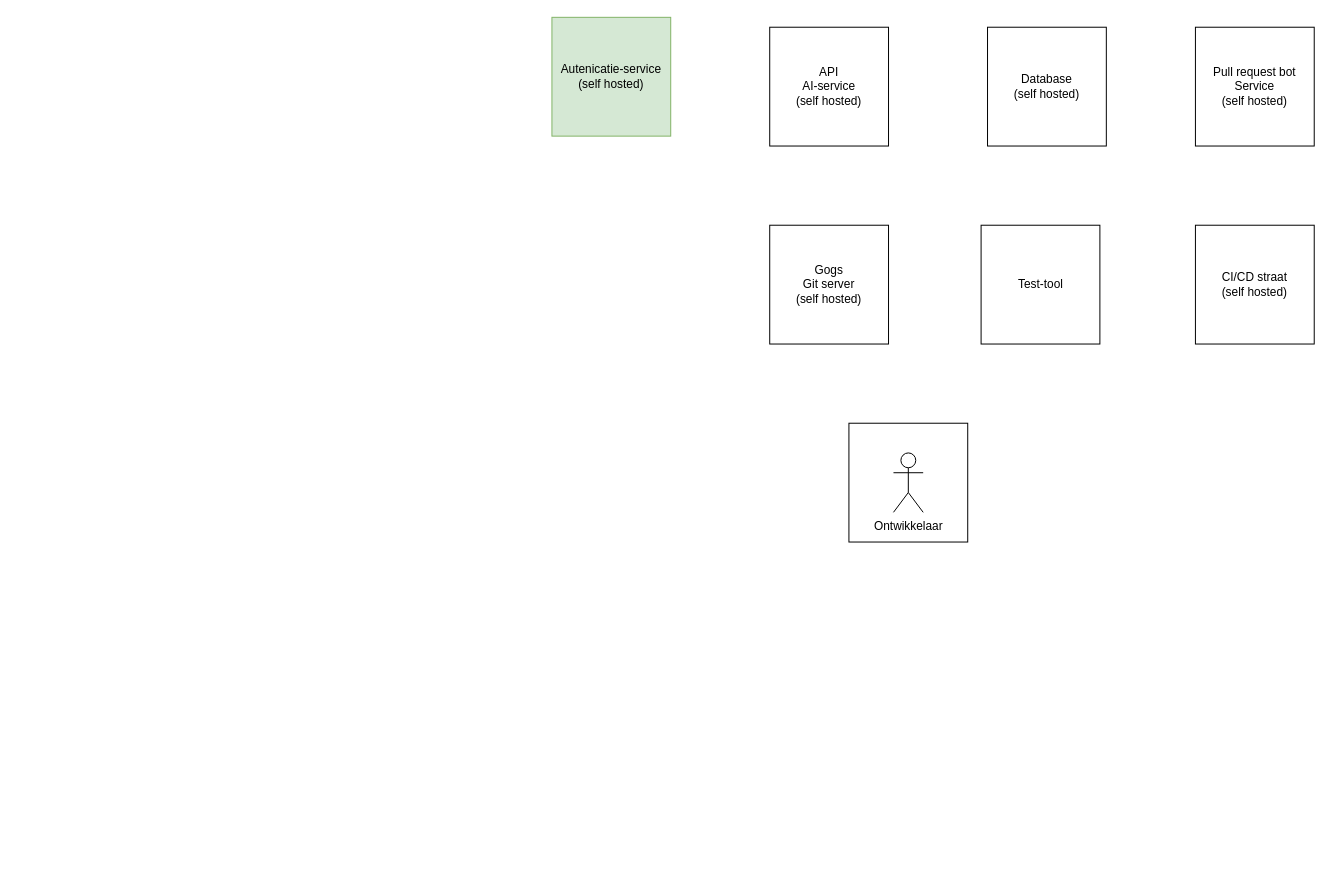
The draw.io diagram page "Pull request bot" (3 of 8) of cli app.drawio in luukvankooten/draw.io, before the edit. Source tidied: cells renumbered, new cells numbered last; positions are measured from the earlier drawing's top-left corner, leaving out a move shared by most shapes. Both pictures are drawn from the tidied source at 99%, with x=0, y=0 at pixel (551, 17).
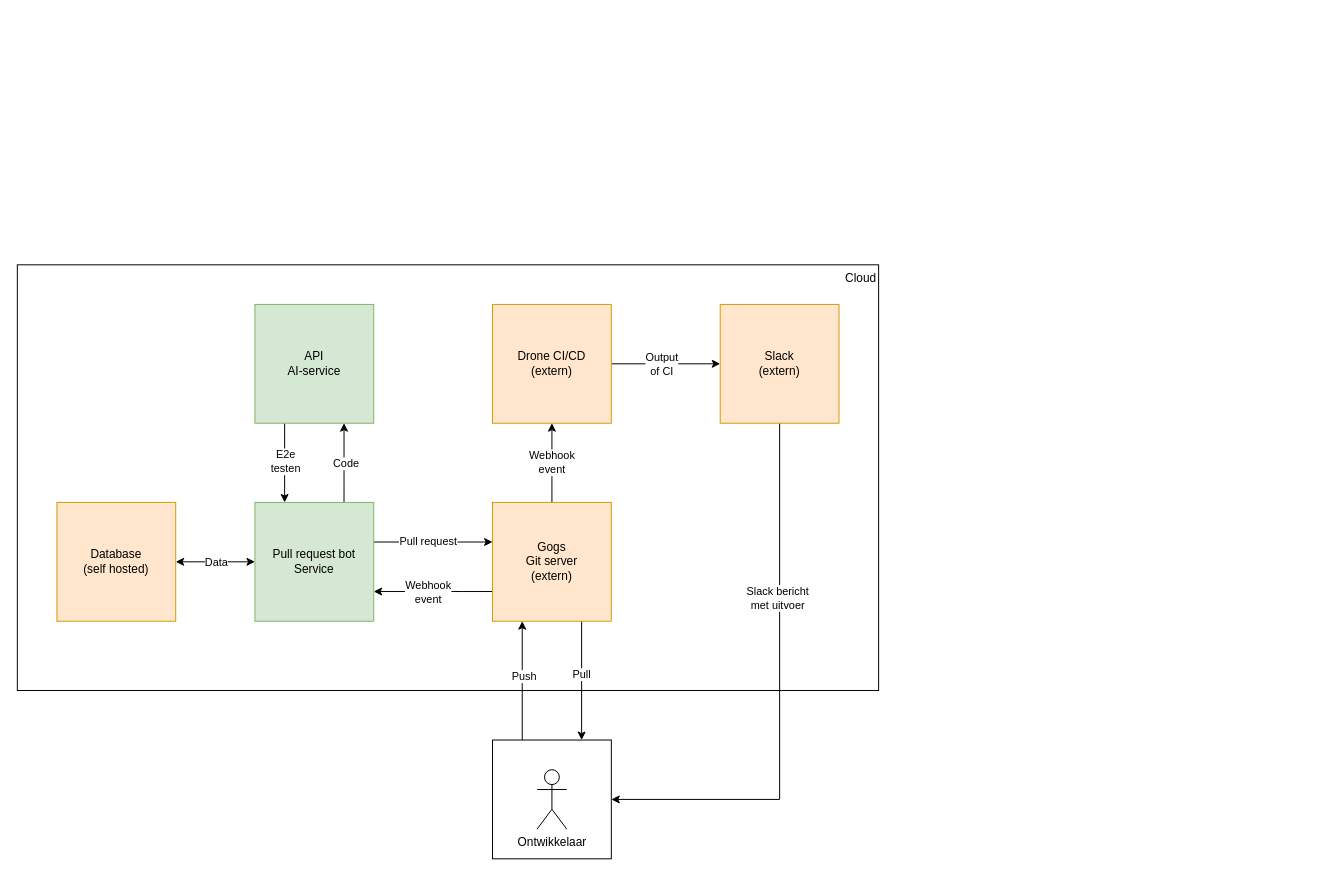
The same page after the edit.

The change refers to these unchanged cells:
```xml
<mxCell id="5" style="whiteSpace=wrap;html=1;" parent="4" vertex="1">
  <mxGeometry width="120" height="120" as="geometry" />
</mxCell>
```

Diff of the diagram source:
```diff
@@
+    <mxCell id="12" value="Cloud" style="rounded=0;whiteSpace=wrap;html=1;verticalAlign=top;align=right;" parent="1" vertex="1">
+      <mxGeometry x="-540" y="250" width="870" height="430" as="geometry" />
+    </mxCell>
+    <mxCell id="13" style="edgeStyle=orthogonalEdgeStyle;rounded=0;jettySize=auto;html=1;entryX=1;entryY=0.75;entryDx=0;entryDy=0;" parent="1" edge="1" source="2" target="3">
+      <mxGeometry relative="1" as="geometry">
+        <Array as="points">
+          <mxPoint x="-90" y="580" />
+          <mxPoint x="-90" y="580" />
+        </Array>
+      </mxGeometry>
+    </mxCell>
+    <mxCell id="14" value="&lt;div&gt;Webhook&lt;/div&gt;&lt;div&gt;event&lt;br&gt;&lt;/div&gt;" style="edgeLabel;html=1;align=center;verticalAlign=middle;" parent="13" vertex="1">
+      <mxGeometry x="0.1" relative="1" as="geometry" />
+    </mxCell>
+    <mxCell id="15" value="&lt;div&gt;Webhook&lt;/div&gt;&lt;div&gt;event&lt;br&gt;&lt;/div&gt;" style="edgeStyle=orthogonalEdgeStyle;rounded=0;jettySize=auto;html=1;entryX=0.5;entryY=1;entryDx=0;entryDy=0;" parent="1" edge="1" source="2" target="7">
+      <mxGeometry relative="1" as="geometry" />
+    </mxCell>
+    <mxCell id="16" style="edgeStyle=orthogonalEdgeStyle;rounded=0;jettySize=auto;html=1;" parent="1" edge="1" source="2" target="5">
+      <mxGeometry relative="1" as="geometry">
+        <Array as="points">
+          <mxPoint x="30" y="670" />
+          <mxPoint x="30" y="670" />
+        </Array>
+      </mxGeometry>
+    </mxCell>
+    <mxCell id="17" value="Pull" style="edgeLabel;html=1;align=center;verticalAlign=middle;" parent="16" vertex="1">
+      <mxGeometry x="-0.12" y="-1" relative="1" as="geometry" />
+    </mxCell>
-    <mxCell id="2" value="&lt;div&gt;Gogs&lt;/div&gt;&lt;div&gt;Git server&lt;br&gt;&lt;/div&gt;&lt;div&gt;(self hosted)&lt;br&gt;&lt;/div&gt;" style="whiteSpace=wrap;html=1;" parent="1" vertex="1">
-      <mxGeometry x="220" y="210" width="120" height="120" as="geometry" />
+    <mxCell id="2" value="&lt;div&gt;Gogs&lt;/div&gt;&lt;div&gt;Git server&lt;br&gt;&lt;/div&gt;&lt;div&gt;(extern)&lt;br&gt;&lt;/div&gt;" style="whiteSpace=wrap;html=1;fillColor=#ffe6cc;strokeColor=#d79b00;" parent="1" vertex="1">
+      <mxGeometry x="-60" y="490" width="120" height="120" as="geometry" />
     </mxCell>
+    <mxCell id="18" style="edgeStyle=orthogonalEdgeStyle;rounded=0;jettySize=auto;html=1;entryX=0.75;entryY=1;entryDx=0;entryDy=0;" parent="1" edge="1" source="3" target="8">
+      <mxGeometry relative="1" as="geometry">
+        <Array as="points">
+          <mxPoint x="-210" y="470" />
+          <mxPoint x="-210" y="470" />
+        </Array>
+      </mxGeometry>
+    </mxCell>
+    <mxCell id="19" value="Code" style="edgeLabel;html=1;align=center;verticalAlign=middle;" parent="18" vertex="1">
+      <mxGeometry y="-1" relative="1" as="geometry" />
+    </mxCell>
+    <mxCell id="20" style="edgeStyle=orthogonalEdgeStyle;rounded=0;jettySize=auto;html=1;" parent="1" edge="1" source="3" target="2">
+      <mxGeometry relative="1" as="geometry">
+        <Array as="points">
+          <mxPoint x="-120" y="530" />
+          <mxPoint x="-120" y="530" />
+        </Array>
+      </mxGeometry>
+    </mxCell>
+    <mxCell id="21" value="Pull request" style="edgeLabel;html=1;align=center;verticalAlign=middle;" parent="20" vertex="1">
+      <mxGeometry x="-0.1" y="2" relative="1" as="geometry" />
+    </mxCell>
-    <mxCell id="3" value="&lt;div&gt;Pull request bot Service&lt;/div&gt;&lt;div&gt;(self hosted)&lt;br&gt;&lt;/div&gt;" style="whiteSpace=wrap;html=1;" parent="1" vertex="1">
-      <mxGeometry x="650" y="10" width="120" height="120" as="geometry" />
+    <mxCell id="3" value="&lt;div&gt;Pull request bot Service&lt;/div&gt;" style="whiteSpace=wrap;html=1;fillColor=#d5e8d4;strokeColor=#82b366;" parent="1" vertex="1">
+      <mxGeometry x="-300" y="490" width="120" height="120" as="geometry" />
     </mxCell>
     <mxCell id="4" style="group;" parent="1" vertex="1">
-      <mxGeometry x="300" y="410" width="120" height="120" as="geometry" />
+      <mxGeometry x="-60" y="730" width="120" height="120" as="geometry" />
     </mxCell>
@@
+    <mxCell id="22" style="edgeStyle=orthogonalEdgeStyle;rounded=0;jettySize=auto;html=1;entryX=0;entryY=0.5;entryDx=0;entryDy=0;" parent="1" edge="1" source="7" target="32">
+      <mxGeometry relative="1" as="geometry" />
+    </mxCell>
+    <mxCell id="23" value="&lt;div&gt;Output&lt;/div&gt;&lt;div&gt;of CI&lt;br&gt;&lt;/div&gt;" style="edgeLabel;html=1;align=center;verticalAlign=middle;" parent="22" vertex="1">
+      <mxGeometry x="0.6" relative="1" as="geometry">
+        <mxPoint x="-38" as="offset" />
+      </mxGeometry>
+    </mxCell>
-    <mxCell id="7" value="&lt;div&gt;CI/CD straat&lt;/div&gt;(self hosted)" style="whiteSpace=wrap;html=1;" parent="1" vertex="1">
-      <mxGeometry x="650" y="210" width="120" height="120" as="geometry" />
+    <mxCell id="7" value="&lt;div&gt;Drone CI/CD&lt;/div&gt;(extern)" style="whiteSpace=wrap;html=1;fillColor=#ffe6cc;strokeColor=#d79b00;" parent="1" vertex="1">
+      <mxGeometry x="-60" y="290" width="120" height="120" as="geometry" />
     </mxCell>
+    <mxCell id="24" style="edgeStyle=orthogonalEdgeStyle;rounded=0;jettySize=auto;html=1;" parent="1" edge="1" source="8" target="3">
+      <mxGeometry relative="1" as="geometry">
+        <Array as="points">
+          <mxPoint x="-270" y="450" />
+          <mxPoint x="-270" y="450" />
+        </Array>
+      </mxGeometry>
+    </mxCell>
+    <mxCell id="25" value="&lt;div&gt;E2e&lt;/div&gt;&lt;div&gt;testen&lt;br&gt;&lt;/div&gt;" style="edgeLabel;html=1;align=center;verticalAlign=middle;" parent="24" vertex="1">
+      <mxGeometry x="-0.05" relative="1" as="geometry" />
+    </mxCell>
-    <mxCell id="8" value="&lt;div&gt;API &lt;br&gt;&lt;/div&gt;&lt;div&gt;AI-service&lt;/div&gt;&lt;div&gt;(self hosted)&lt;br&gt;&lt;/div&gt;" style="whiteSpace=wrap;html=1;" parent="1" vertex="1">
-      <mxGeometry x="220" y="10" width="120" height="120" as="geometry" />
+    <mxCell id="8" value="&lt;div&gt;API &lt;br&gt;&lt;/div&gt;&lt;div&gt;AI-service&lt;/div&gt;" style="whiteSpace=wrap;html=1;fillColor=#d5e8d4;strokeColor=#82b366;" parent="1" vertex="1">
+      <mxGeometry x="-300" y="290" width="120" height="120" as="geometry" />
     </mxCell>
-    <mxCell id="9" value="Test-tool" style="whiteSpace=wrap;html=1;" parent="1" vertex="1">
-      <mxGeometry x="433.5" y="210" width="120" height="120" as="geometry" />
-    </mxCell>
-    <mxCell id="10" value="&lt;div&gt;Autenicatie-service&lt;/div&gt;&lt;div&gt;(self hosted)&lt;br&gt;&lt;/div&gt;" style="whiteSpace=wrap;html=1;fillColor=#d5e8d4;strokeColor=#82b366;" parent="1" vertex="1">
-      <mxGeometry width="120" height="120" as="geometry" />
-    </mxCell>
+    <mxCell id="26" style="edgeStyle=orthogonalEdgeStyle;rounded=0;jettySize=auto;html=1;entryX=0;entryY=0.5;entryDx=0;entryDy=0;startArrow=classic;startFill=1;" parent="1" edge="1" source="11" target="3">
+      <mxGeometry relative="1" as="geometry" />
+    </mxCell>
+    <mxCell id="27" value="Data" style="edgeLabel;html=1;align=center;verticalAlign=middle;" parent="26" vertex="1">
+      <mxGeometry x="0.15" y="-2" relative="1" as="geometry">
+        <mxPoint x="-6" y="-2" as="offset" />
+      </mxGeometry>
+    </mxCell>
-    <mxCell id="11" value="&lt;div&gt;Database&lt;/div&gt;&lt;div&gt;(self hosted)&lt;br&gt;&lt;/div&gt;" style="whiteSpace=wrap;html=1;" parent="1" vertex="1">
-      <mxGeometry x="440" y="10" width="120" height="120" as="geometry" />
+    <mxCell id="11" value="&lt;div&gt;Database&lt;/div&gt;&lt;div&gt;(self hosted)&lt;br&gt;&lt;/div&gt;" style="whiteSpace=wrap;html=1;fillColor=#ffe6cc;strokeColor=#d79b00;" parent="1" vertex="1">
+      <mxGeometry x="-500" y="490" width="120" height="120" as="geometry" />
     </mxCell>
+    <mxCell id="28" style="edgeStyle=orthogonalEdgeStyle;rounded=0;jettySize=auto;html=1;" parent="1" edge="1" source="5" target="2">
+      <mxGeometry relative="1" as="geometry">
+        <Array as="points">
+          <mxPoint x="-30" y="660" />
+          <mxPoint x="-30" y="660" />
+        </Array>
+      </mxGeometry>
+    </mxCell>
+    <mxCell id="29" value="&lt;div&gt;Push&lt;/div&gt;" style="edgeLabel;html=1;align=center;verticalAlign=middle;" parent="28" vertex="1">
+      <mxGeometry x="0.19" y="-1" relative="1" as="geometry">
+        <mxPoint y="6" as="offset" />
+      </mxGeometry>
+    </mxCell>
+    <mxCell id="30" style="edgeStyle=orthogonalEdgeStyle;rounded=0;jettySize=auto;html=1;entryX=1;entryY=0.5;entryDx=0;entryDy=0;" parent="1" edge="1" source="32" target="5">
+      <mxGeometry relative="1" as="geometry">
+        <Array as="points">
+          <mxPoint x="230" y="790" />
+        </Array>
+      </mxGeometry>
+    </mxCell>
+    <mxCell id="31" value="&lt;div&gt;Slack bericht&lt;/div&gt;&lt;div&gt;met uitvoer&lt;br&gt;&lt;/div&gt;" style="edgeLabel;html=1;align=center;verticalAlign=middle;" parent="30" vertex="1">
+      <mxGeometry x="-0.36" y="-3" relative="1" as="geometry" />
+    </mxCell>
+    <mxCell id="32" value="&lt;div&gt;Slack&lt;/div&gt;&lt;div&gt;(extern)&lt;/div&gt;" style="whiteSpace=wrap;html=1;fillColor=#ffe6cc;strokeColor=#d79b00;" parent="1" vertex="1">
+      <mxGeometry x="170" y="290" width="120" height="120" as="geometry" />
+    </mxCell>
```
